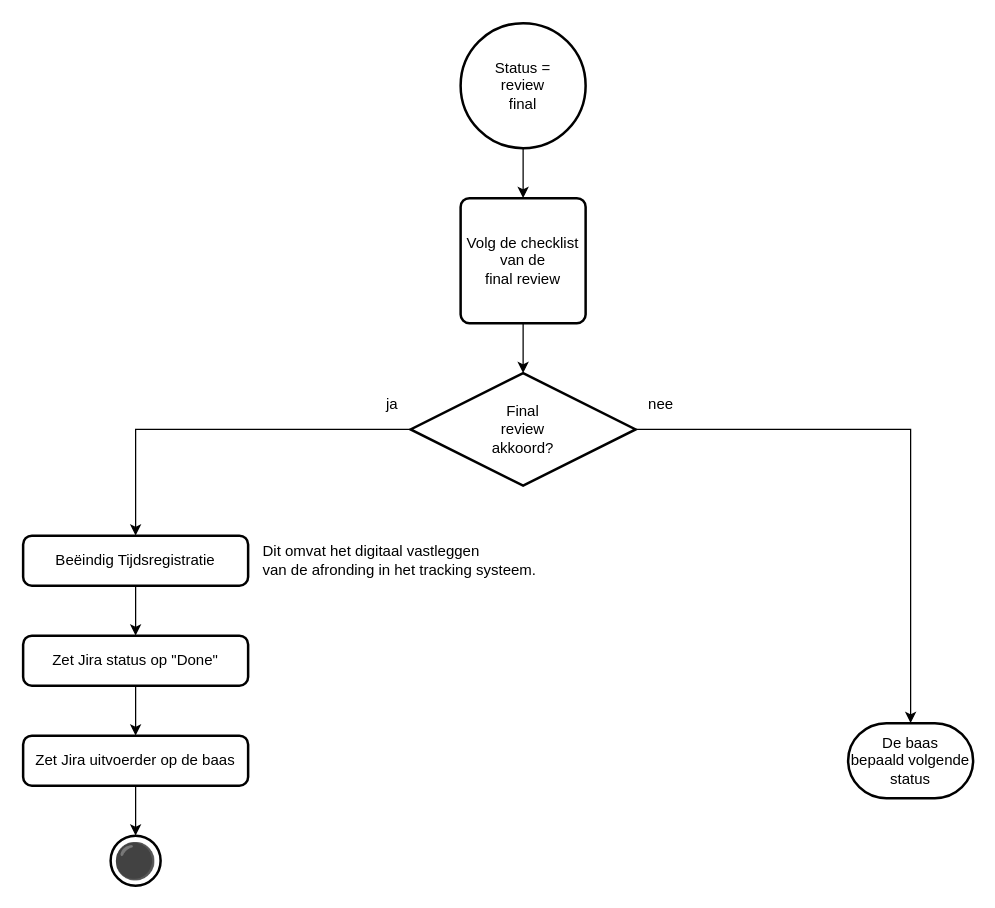
The draw.io diagram 3 Issue Tracker review.drawio in Zaibatsu89/IssueTracker, before the edit. Source tidied: cells renumbered, new cells numbered last; positions are measured from the earlier drawing's top-left corner, leaving out a move shared by most shapes. Both pictures are drawn from the tidied source at 125%, with x=0, y=0 at pixel (22, 22).
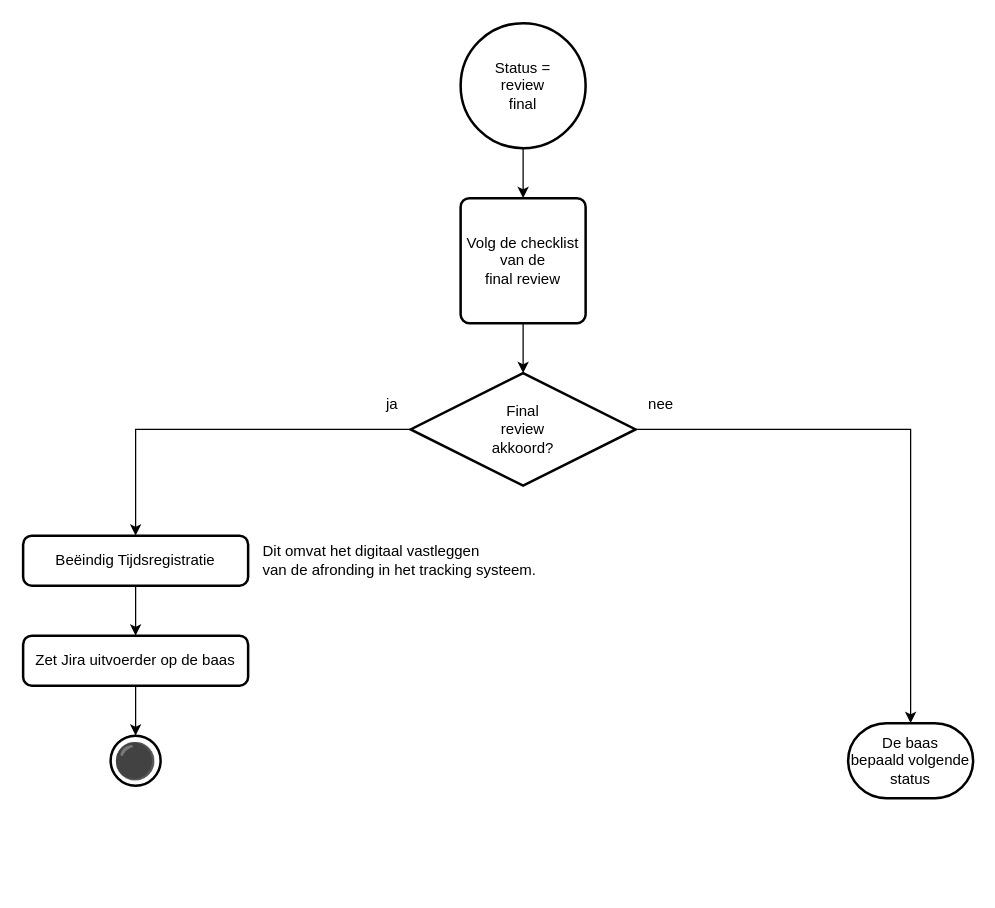
The same page after the edit.

Commit message:
Haal "Zet Jira status op "Done"" weg in review flowchart

Change to the diagram source:
```diff
@@
 <mxGraphModel>
   <root>
     <mxCell id="0" />
     <mxCell id="1" parent="0" />
     <mxCell id="2" style="edgeStyle=orthogonalEdgeStyle;rounded=0;jettySize=auto;html=1;" parent="1" edge="1" source="3" target="19">
       <mxGeometry relative="1" as="geometry" />
     </mxCell>
     <mxCell id="3" value="Status =&lt;br&gt;review&lt;br&gt;final" style="strokeWidth=2;html=1;shape=mxgraph.flowchart.start_2;whiteSpace=wrap;" parent="1" vertex="1">
       <mxGeometry x="350" width="100" height="100" as="geometry" />
     </mxCell>
-    <mxCell id="4" style="edgeStyle=orthogonalEdgeStyle;rounded=0;jettySize=auto;html=1;exitX=0.5;exitY=1;exitDx=0;exitDy=0;entryX=0.5;entryY=0;entryDx=0;entryDy=0;" parent="1" edge="1" source="5" target="8">
-      <mxGeometry relative="1" as="geometry" />
-    </mxCell>
+    <mxCell id="20" style="edgeStyle=orthogonalEdgeStyle;rounded=0;jettySize=auto;html=1;" parent="1" edge="1" source="5" target="10">
+      <mxGeometry relative="1" as="geometry" />
+    </mxCell>
     <mxCell id="5" value="Beëindig Tijdsregistratie" style="rounded=1;whiteSpace=wrap;html=1;absoluteArcSize=1;arcSize=14;strokeWidth=2;" parent="1" vertex="1">
       <mxGeometry y="410" width="180" height="40" as="geometry" />
     </mxCell>
     <mxCell id="6" value="⚫" style="strokeWidth=2;html=1;shape=mxgraph.flowchart.start_2;whiteSpace=wrap;fontSize=28;" parent="1" vertex="1">
-      <mxGeometry x="70" y="650" width="40" height="40" as="geometry" />
+      <mxGeometry x="70" y="570" width="40" height="40" as="geometry" />
     </mxCell>
-    <mxCell id="7" style="edgeStyle=orthogonalEdgeStyle;rounded=0;jettySize=auto;html=1;exitX=0.5;exitY=1;exitDx=0;exitDy=0;entryX=0.5;entryY=0;entryDx=0;entryDy=0;" parent="1" edge="1" source="8" target="10">
-      <mxGeometry relative="1" as="geometry" />
-    </mxCell>
-    <mxCell id="8" value="Zet Jira status op &quot;Done&quot;" style="rounded=1;whiteSpace=wrap;html=1;absoluteArcSize=1;arcSize=14;strokeWidth=2;" parent="1" vertex="1">
-      <mxGeometry y="490" width="180" height="40" as="geometry" />
-    </mxCell>
     <mxCell id="9" style="edgeStyle=orthogonalEdgeStyle;rounded=0;jettySize=auto;html=1;" parent="1" edge="1" source="10" target="6">
       <mxGeometry relative="1" as="geometry" />
     </mxCell>
     <mxCell id="10" value="Zet Jira uitvoerder op de baas" style="rounded=1;whiteSpace=wrap;html=1;absoluteArcSize=1;arcSize=14;strokeWidth=2;" parent="1" vertex="1">
-      <mxGeometry y="570" width="180" height="40" as="geometry" />
+      <mxGeometry y="490" width="180" height="40" as="geometry" />
     </mxCell>
     <mxCell id="11" style="edgeStyle=orthogonalEdgeStyle;rounded=0;jettySize=auto;html=1;exitX=1;exitY=0.5;exitDx=0;exitDy=0;exitPerimeter=0;entryX=0.5;entryY=0;entryDx=0;entryDy=0;entryPerimeter=0;" parent="1" edge="1" source="13" target="17">
       <mxGeometry relative="1" as="geometry" />
     </mxCell>
     <mxCell id="12" style="edgeStyle=orthogonalEdgeStyle;rounded=0;jettySize=auto;html=1;entryX=0.5;entryY=0;entryDx=0;entryDy=0;" parent="1" edge="1" source="13" target="5">
       <mxGeometry relative="1" as="geometry" />
     </mxCell>
     <mxCell id="13" value="Final&lt;br&gt;review&lt;br&gt;akkoord?" style="strokeWidth=2;html=1;shape=mxgraph.flowchart.decision;whiteSpace=wrap;" parent="1" vertex="1">
       <mxGeometry x="310" y="280" width="180" height="90" as="geometry" />
     </mxCell>
     <mxCell id="14" value="nee" style="text;html=1;align=center;verticalAlign=middle;strokeColor=none;fillColor=none;" parent="1" vertex="1">
       <mxGeometry x="490" y="290" width="40" height="30" as="geometry" />
     </mxCell>
     <mxCell id="15" value="ja" style="text;html=1;align=center;verticalAlign=middle;strokeColor=none;fillColor=none;" parent="1" vertex="1">
       <mxGeometry x="280" y="290" width="30" height="30" as="geometry" />
     </mxCell>
     <mxCell id="16" value="Dit omvat het digitaal vastleggen&lt;br&gt;van de afronding in het tracking systeem." style="text;html=1;align=left;verticalAlign=middle;strokeColor=none;fillColor=none;" parent="1" vertex="1">
       <mxGeometry x="190" y="415" width="270" height="30" as="geometry" />
     </mxCell>
     <mxCell id="17" value="De baas&lt;br&gt;bepaald volgende&lt;br&gt;status" style="strokeWidth=2;html=1;shape=mxgraph.flowchart.terminator;whiteSpace=wrap;" parent="1" vertex="1">
       <mxGeometry x="660" y="560" width="100" height="60" as="geometry" />
     </mxCell>
     <mxCell id="18" style="edgeStyle=orthogonalEdgeStyle;rounded=0;jettySize=auto;html=1;" parent="1" edge="1" source="19" target="13">
       <mxGeometry relative="1" as="geometry" />
     </mxCell>
     <mxCell id="19" value="Volg de checklist&lt;br&gt;van de&lt;br&gt;final review" style="rounded=1;whiteSpace=wrap;html=1;absoluteArcSize=1;arcSize=14;strokeWidth=2;" parent="1" vertex="1">
       <mxGeometry x="350" y="140" width="100" height="100" as="geometry" />
     </mxCell>
   </root>
 </mxGraphModel>
```
